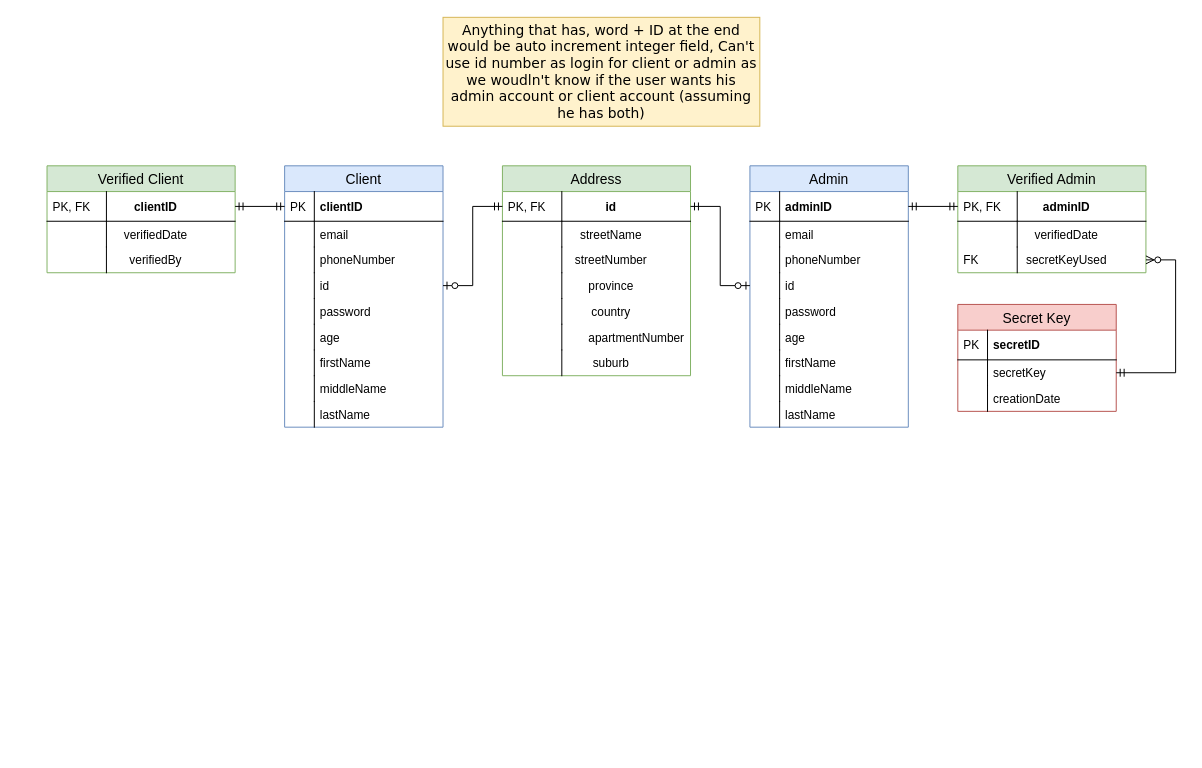
The draw.io diagram Planning/ERDs/onlineDB.drawio in SDP-Wits/Banking-System, before the edit. Source tidied: cells renumbered, new cells numbered last; positions are measured from the earlier drawing's top-left corner, leaving out a move shared by most shapes. Both pictures are drawn from the tidied source at 99%, with x=0, y=0 at pixel (47, 17).
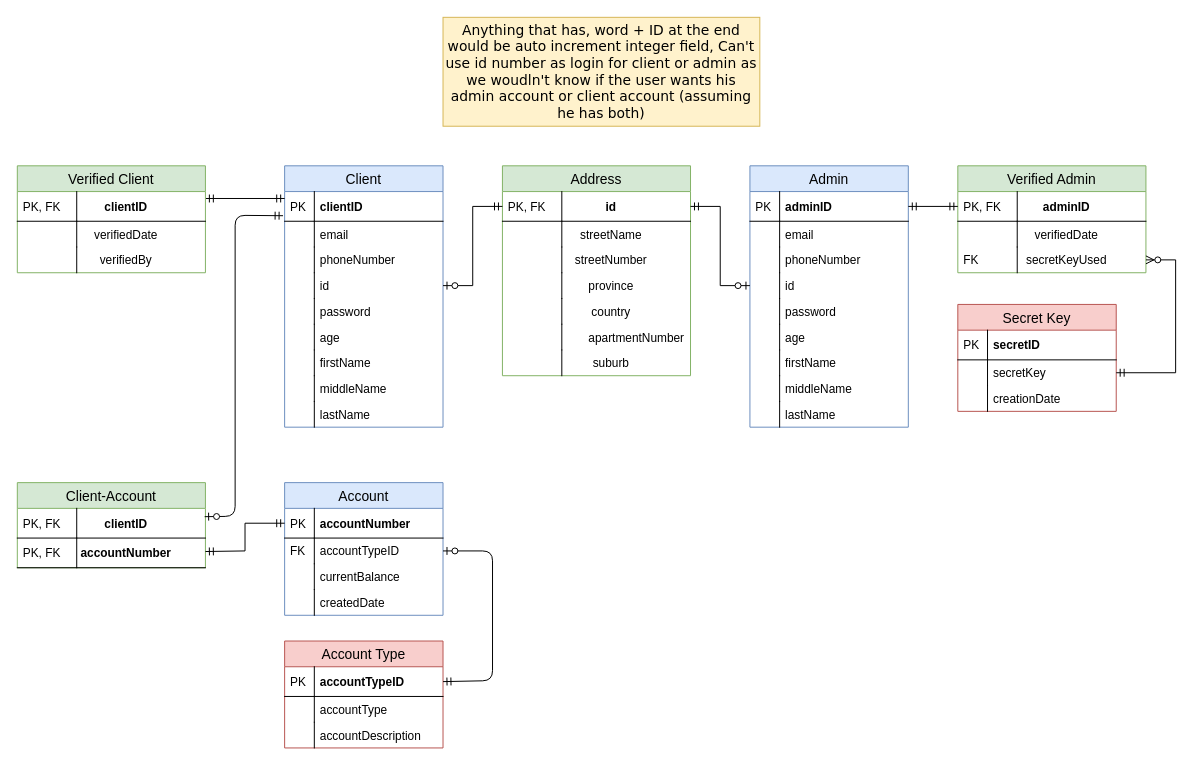
Above is the later version.

Commit message (it also covers changes not shown here):
Amended OnlineDB ERD

Unchanged cells that the change refers to:
```xml
<mxCell id="3" value="clientID" style="shape=partialRectangle;top=0;left=0;right=0;bottom=1;align=left;verticalAlign=middle;fillColor=none;spacingLeft=34;spacingRight=4;overflow=hidden;points=[[0,0.5],[1,0.5]];portConstraint=eastwest;fontStyle=1;fontSize=12;" parent="2" vertex="1">
  <mxGeometry y="26" width="160" height="30" as="geometry" />
</mxCell>
```

Diff of the diagram source:
```diff
@@
-    <mxCell id="57" value="Verified Client" style="swimlane;fontStyle=0;horizontal=1;startSize=26;fillColor=#d5e8d4;swimlaneFillColor=#ffffff;align=center;fontSize=14;strokeColor=#82b366;" parent="1" vertex="1">
-      <mxGeometry y="150" width="190" height="108" as="geometry" />
-    </mxCell>
-    <mxCell id="58" value="clientID" style="shape=partialRectangle;top=0;left=0;right=0;bottom=1;align=center;verticalAlign=middle;fillColor=none;spacingLeft=34;spacingRight=4;overflow=hidden;points=[[0,0.5],[1,0.5]];portConstraint=eastwest;fontStyle=1;fontSize=12;" parent="57" vertex="1">
-      <mxGeometry y="26" width="190" height="30" as="geometry" />
-    </mxCell>
-    <mxCell id="59" value="PK, FK" style="shape=partialRectangle;top=0;left=0;bottom=0;fillColor=none;align=left;verticalAlign=middle;spacingLeft=4;spacingRight=4;overflow=hidden;fontSize=12;" parent="58" vertex="1">
-      <mxGeometry width="60" height="30" as="geometry" />
-    </mxCell>
-    <mxCell id="60" value="verifiedDate" style="shape=partialRectangle;top=0;left=0;right=0;bottom=0;align=center;verticalAlign=top;fillColor=none;spacingLeft=34;spacingRight=4;overflow=hidden;fontSize=12;" parent="57" vertex="1">
-      <mxGeometry y="56" width="190" height="26" as="geometry" />
-    </mxCell>
-    <mxCell id="61" style="shape=partialRectangle;top=0;left=0;bottom=0;fillColor=none;align=left;verticalAlign=top;spacingLeft=4;spacingRight=4;overflow=hidden;fontSize=12;" parent="60" vertex="1">
-      <mxGeometry width="60" height="26" as="geometry" />
-    </mxCell>
-    <mxCell id="62" value="verifiedBy" style="shape=partialRectangle;top=0;left=0;right=0;bottom=0;align=center;verticalAlign=top;fillColor=none;spacingLeft=34;spacingRight=4;overflow=hidden;fontSize=12;" parent="57" vertex="1">
-      <mxGeometry y="82" width="190" height="26" as="geometry" />
-    </mxCell>
-    <mxCell id="63" style="shape=partialRectangle;top=0;left=0;bottom=0;fillColor=none;align=left;verticalAlign=top;spacingLeft=4;spacingRight=4;overflow=hidden;fontSize=12;" parent="62" vertex="1">
-      <mxGeometry width="60" height="26" as="geometry" />
-    </mxCell>
@@
-    <mxCell id="72" style="rounded=0;jettySize=auto;html=1;exitX=1;exitY=0.5;exitDx=0;exitDy=0;entryX=0;entryY=0.5;entryDx=0;entryDy=0;startArrow=ERmandOne;startFill=0;endArrow=ERmandOne;endFill=0;" parent="1" edge="1" source="58" target="3">
-      <mxGeometry relative="1" as="geometry" />
+    <mxCell id="72" style="rounded=0;orthogonalLoop=1;jettySize=auto;html=1;exitX=1;exitY=0.5;exitDx=0;exitDy=0;entryX=0;entryY=0.5;entryDx=0;entryDy=0;startArrow=ERmandOne;startFill=0;endArrow=ERmandOne;endFill=0;" parent="1" edge="1">
+      <mxGeometry relative="1" as="geometry">
+        <mxPoint x="160" y="183" as="sourcePoint" />
+        <mxPoint x="240" y="183" as="targetPoint" />
+      </mxGeometry>
     </mxCell>
@@
+    <mxCell id="57" value="Verified Client" style="swimlane;fontStyle=0;horizontal=1;startSize=26;fillColor=#d5e8d4;swimlaneFillColor=#ffffff;align=center;fontSize=14;strokeColor=#82b366;" parent="1" vertex="1">
+      <mxGeometry x="-30" y="150" width="190" height="108" as="geometry" />
+    </mxCell>
+    <mxCell id="58" value="clientID" style="shape=partialRectangle;top=0;left=0;right=0;bottom=1;align=center;verticalAlign=middle;fillColor=none;spacingLeft=34;spacingRight=4;overflow=hidden;points=[[0,0.5],[1,0.5]];portConstraint=eastwest;fontStyle=1;fontSize=12;" parent="57" vertex="1">
+      <mxGeometry y="26" width="190" height="30" as="geometry" />
+    </mxCell>
+    <mxCell id="59" value="PK, FK" style="shape=partialRectangle;top=0;left=0;bottom=0;fillColor=none;align=left;verticalAlign=middle;spacingLeft=4;spacingRight=4;overflow=hidden;fontSize=12;" parent="58" vertex="1">
+      <mxGeometry width="60" height="30" as="geometry" />
+    </mxCell>
+    <mxCell id="60" value="verifiedDate" style="shape=partialRectangle;top=0;left=0;right=0;bottom=0;align=center;verticalAlign=top;fillColor=none;spacingLeft=34;spacingRight=4;overflow=hidden;fontSize=12;" parent="57" vertex="1">
+      <mxGeometry y="56" width="190" height="26" as="geometry" />
+    </mxCell>
+    <mxCell id="61" style="shape=partialRectangle;top=0;left=0;bottom=0;fillColor=none;align=left;verticalAlign=top;spacingLeft=4;spacingRight=4;overflow=hidden;fontSize=12;" parent="60" vertex="1">
+      <mxGeometry width="60" height="26" as="geometry" />
+    </mxCell>
+    <mxCell id="62" value="verifiedBy" style="shape=partialRectangle;top=0;left=0;right=0;bottom=0;align=center;verticalAlign=top;fillColor=none;spacingLeft=34;spacingRight=4;overflow=hidden;fontSize=12;" parent="57" vertex="1">
+      <mxGeometry y="82" width="190" height="26" as="geometry" />
+    </mxCell>
+    <mxCell id="63" style="shape=partialRectangle;top=0;left=0;bottom=0;fillColor=none;align=left;verticalAlign=top;spacingLeft=4;spacingRight=4;overflow=hidden;fontSize=12;" parent="62" vertex="1">
+      <mxGeometry width="60" height="26" as="geometry" />
+    </mxCell>
+    <mxCell id="82" value="Client-Account" style="swimlane;fontStyle=0;horizontal=1;startSize=26;fillColor=#d5e8d4;swimlaneFillColor=#ffffff;align=center;fontSize=14;strokeColor=#82b366;" parent="1" vertex="1">
+      <mxGeometry x="-30" y="470" width="190" height="86" as="geometry" />
+    </mxCell>
+    <mxCell id="83" value="clientID" style="shape=partialRectangle;top=0;left=0;right=0;bottom=1;align=center;verticalAlign=middle;fillColor=none;spacingLeft=34;spacingRight=4;overflow=hidden;points=[[0,0.5],[1,0.5]];portConstraint=eastwest;fontStyle=1;fontSize=12;" parent="82" vertex="1">
+      <mxGeometry y="26" width="190" height="30" as="geometry" />
+    </mxCell>
+    <mxCell id="84" value="PK, FK" style="shape=partialRectangle;top=0;left=0;bottom=0;fillColor=none;align=left;verticalAlign=middle;spacingLeft=4;spacingRight=4;overflow=hidden;fontSize=12;" parent="83" vertex="1">
+      <mxGeometry width="60" height="30" as="geometry" />
+    </mxCell>
+    <mxCell id="85" value="accountNumber" style="shape=partialRectangle;top=0;left=0;right=0;bottom=1;align=center;verticalAlign=middle;fillColor=none;spacingLeft=34;spacingRight=4;overflow=hidden;points=[[0,0.5],[1,0.5]];portConstraint=eastwest;fontStyle=1;fontSize=12;" parent="82" vertex="1">
+      <mxGeometry y="56" width="190" height="30" as="geometry" />
+    </mxCell>
+    <mxCell id="86" value="PK, FK" style="shape=partialRectangle;top=0;left=0;bottom=0;fillColor=none;align=left;verticalAlign=middle;spacingLeft=4;spacingRight=4;overflow=hidden;fontSize=12;" parent="85" vertex="1">
+      <mxGeometry width="60" height="30" as="geometry" />
+    </mxCell>
+    <mxCell id="87" value="Account Type" style="swimlane;fontStyle=0;horizontal=1;startSize=26;fillColor=#f8cecc;swimlaneFillColor=#ffffff;align=center;fontSize=14;strokeColor=#b85450;" parent="1" vertex="1">
+      <mxGeometry x="240" y="630" width="160" height="108" as="geometry" />
+    </mxCell>
+    <mxCell id="88" value="accountTypeID" style="shape=partialRectangle;top=0;left=0;right=0;bottom=1;align=left;verticalAlign=middle;fillColor=none;spacingLeft=34;spacingRight=4;overflow=hidden;points=[[0,0.5],[1,0.5]];portConstraint=eastwest;fontStyle=1;fontSize=12;" parent="87" vertex="1">
+      <mxGeometry y="26" width="160" height="30" as="geometry" />
+    </mxCell>
+    <mxCell id="89" value="PK" style="shape=partialRectangle;top=0;left=0;bottom=0;fillColor=none;align=left;verticalAlign=middle;spacingLeft=4;spacingRight=4;overflow=hidden;fontSize=12;" parent="88" vertex="1">
+      <mxGeometry width="30" height="30" as="geometry" />
+    </mxCell>
+    <mxCell id="90" value="accountType" style="shape=partialRectangle;top=0;left=0;right=0;bottom=0;align=left;verticalAlign=top;fillColor=none;spacingLeft=34;spacingRight=4;overflow=hidden;fontSize=12;" parent="87" vertex="1">
+      <mxGeometry y="56" width="160" height="26" as="geometry" />
+    </mxCell>
+    <mxCell id="91" style="shape=partialRectangle;top=0;left=0;bottom=0;fillColor=none;align=left;verticalAlign=top;spacingLeft=4;spacingRight=4;overflow=hidden;fontSize=12;" parent="90" vertex="1">
+      <mxGeometry width="30" height="26" as="geometry" />
+    </mxCell>
+    <mxCell id="92" value="accountDescription" style="shape=partialRectangle;top=0;left=0;right=0;bottom=0;align=left;verticalAlign=top;fillColor=none;spacingLeft=34;spacingRight=4;overflow=hidden;fontSize=12;" parent="87" vertex="1">
+      <mxGeometry y="82" width="160" height="26" as="geometry" />
+    </mxCell>
+    <mxCell id="93" style="shape=partialRectangle;top=0;left=0;bottom=0;fillColor=none;align=left;verticalAlign=top;spacingLeft=4;spacingRight=4;overflow=hidden;fontSize=12;" parent="92" vertex="1">
+      <mxGeometry width="30" height="26" as="geometry" />
+    </mxCell>
+    <mxCell id="94" value="Account" style="swimlane;fontStyle=0;horizontal=1;startSize=26;fillColor=#dae8fc;swimlaneFillColor=#ffffff;align=center;fontSize=14;strokeColor=#6c8ebf;" parent="1" vertex="1">
+      <mxGeometry x="240" y="470" width="160" height="134" as="geometry" />
+    </mxCell>
+    <mxCell id="95" value="accountNumber" style="shape=partialRectangle;top=0;left=0;right=0;bottom=1;align=left;verticalAlign=middle;fillColor=none;spacingLeft=34;spacingRight=4;overflow=hidden;points=[[0,0.5],[1,0.5]];portConstraint=eastwest;fontStyle=1;fontSize=12;" parent="94" vertex="1">
+      <mxGeometry y="26" width="160" height="30" as="geometry" />
+    </mxCell>
+    <mxCell id="96" value="PK" style="shape=partialRectangle;top=0;left=0;bottom=0;fillColor=none;align=left;verticalAlign=middle;spacingLeft=4;spacingRight=4;overflow=hidden;fontSize=12;" parent="95" vertex="1">
+      <mxGeometry width="30" height="30" as="geometry" />
+    </mxCell>
+    <mxCell id="97" value="accountTypeID" style="shape=partialRectangle;top=0;left=0;right=0;bottom=0;align=left;verticalAlign=top;fillColor=none;spacingLeft=34;spacingRight=4;overflow=hidden;points=[[0,0.5],[1,0.5]];portConstraint=eastwest;fontSize=12;" parent="94" vertex="1">
+      <mxGeometry y="56" width="160" height="26" as="geometry" />
+    </mxCell>
+    <mxCell id="98" value="FK" style="shape=partialRectangle;top=0;left=0;bottom=0;fillColor=none;align=left;verticalAlign=top;spacingLeft=4;spacingRight=4;overflow=hidden;fontSize=12;" parent="97" vertex="1">
+      <mxGeometry width="30" height="26" as="geometry" />
+    </mxCell>
+    <mxCell id="99" value="currentBalance" style="shape=partialRectangle;top=0;left=0;right=0;bottom=0;align=left;verticalAlign=top;fillColor=none;spacingLeft=34;spacingRight=4;overflow=hidden;fontSize=12;" parent="94" vertex="1">
+      <mxGeometry y="82" width="160" height="26" as="geometry" />
+    </mxCell>
+    <mxCell id="100" style="shape=partialRectangle;top=0;left=0;bottom=0;fillColor=none;align=left;verticalAlign=top;spacingLeft=4;spacingRight=4;overflow=hidden;fontSize=12;" parent="99" vertex="1">
+      <mxGeometry width="30" height="26" as="geometry" />
+    </mxCell>
+    <mxCell id="101" value="createdDate" style="shape=partialRectangle;top=0;left=0;right=0;bottom=0;align=left;verticalAlign=top;fillColor=none;spacingLeft=34;spacingRight=4;overflow=hidden;fontSize=12;" parent="94" vertex="1">
+      <mxGeometry y="108" width="160" height="26" as="geometry" />
+    </mxCell>
+    <mxCell id="102" style="shape=partialRectangle;top=0;left=0;bottom=0;fillColor=none;align=left;verticalAlign=top;spacingLeft=4;spacingRight=4;overflow=hidden;fontSize=12;" parent="101" vertex="1">
+      <mxGeometry width="30" height="26" as="geometry" />
+    </mxCell>
+    <mxCell id="103" style="fontSize=12;html=1;endArrow=ERzeroToOne;startArrow=ERmandOne;exitX=-0.01;exitY=0.813;exitDx=0;exitDy=0;entryX=0.996;entryY=0.28;entryDx=0;entryDy=0;exitPerimeter=0;entryPerimeter=0;" parent="1" edge="1" source="3" target="83">
+      <mxGeometry relative="1" as="geometry">
+        <Array as="points">
+          <mxPoint x="190" y="200" />
+          <mxPoint x="190" y="504" />
+        </Array>
+      </mxGeometry>
+    </mxCell>
+    <mxCell id="104" style="rounded=0;jettySize=auto;html=1;startArrow=ERmandOne;startFill=0;endArrow=ERmandOne;endFill=0;exitX=0;exitY=0.5;exitDx=0;exitDy=0;" parent="1" edge="1" source="95" target="85">
+      <mxGeometry relative="1" as="geometry">
+        <Array as="points">
+          <mxPoint x="200" y="511" />
+          <mxPoint x="200" y="539" />
+        </Array>
+      </mxGeometry>
+    </mxCell>
+    <mxCell id="105" style="fontSize=12;html=1;endArrow=ERmandOne;startArrow=ERzeroToOne;exitX=1;exitY=0.5;exitDx=0;exitDy=0;entryX=1;entryY=0.5;entryDx=0;entryDy=0;startFill=1;endFill=0;" parent="1" edge="1" source="97" target="88">
+      <mxGeometry relative="1" as="geometry">
+        <Array as="points">
+          <mxPoint x="450" y="539" />
+          <mxPoint x="450" y="670" />
+        </Array>
+      </mxGeometry>
+    </mxCell>
```
